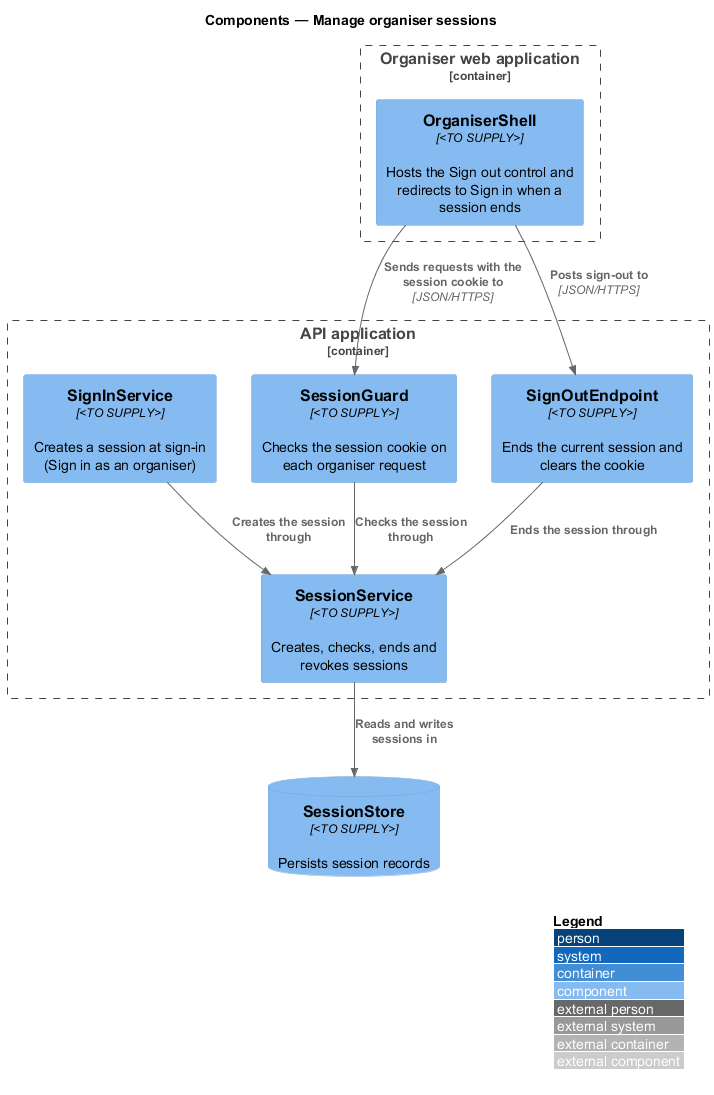
This is docs/detailed-designs/accounts/manage-session/diagrams/c4-component.png from QuinntyneBrown/rsvp-cms, a PlantUML export, as it was before one commit.
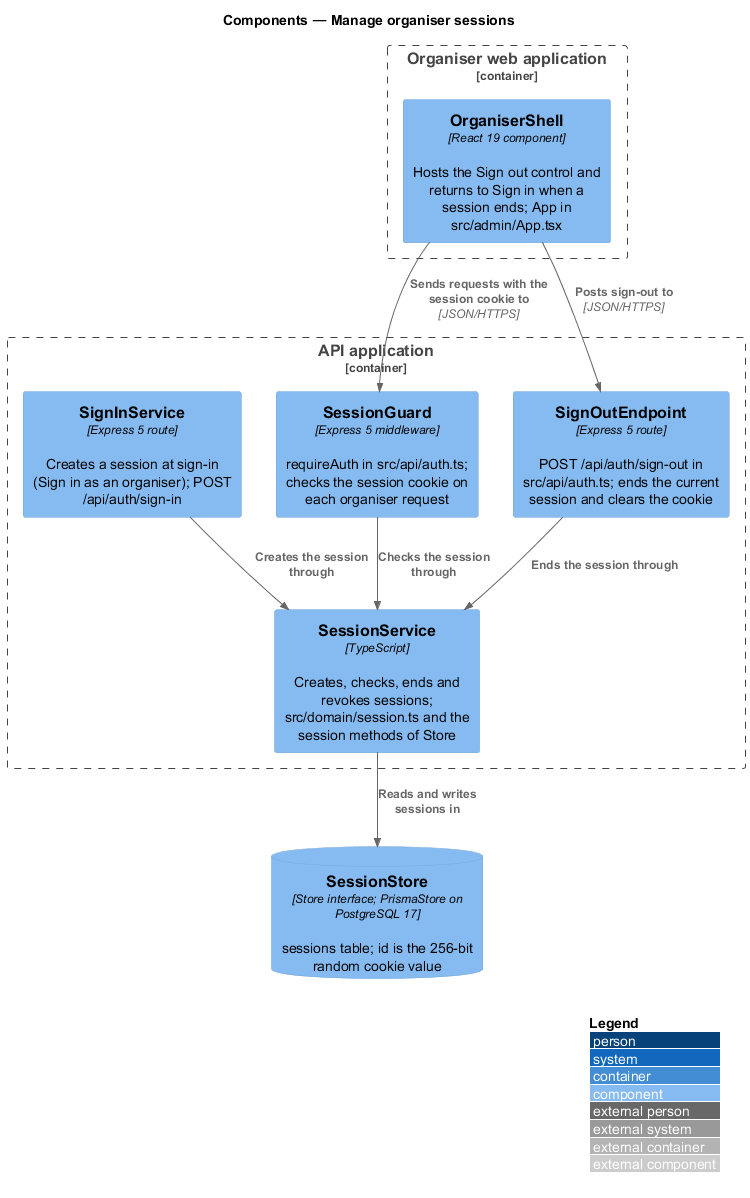
After the change.

What changed in the source:
```diff
@@ -4,15 +4,15 @@
 title Components — Manage organiser sessions
 
 Container_Boundary(admin, "Organiser web application") {
-  Component(shell, "OrganiserShell", "<TO SUPPLY>", "Hosts the Sign out control and redirects to Sign in when a session ends")
+  Component(shell, "OrganiserShell", "React 19 component", "Hosts the Sign out control and returns to Sign in when a session ends; App in src/admin/App.tsx")
 }
 Container_Boundary(api, "API application") {
-  Component(guard, "SessionGuard", "<TO SUPPLY>", "Checks the session cookie on each organiser request")
-  Component(signOut, "SignOutEndpoint", "<TO SUPPLY>", "Ends the current session and clears the cookie")
-  Component(signIn, "SignInService", "<TO SUPPLY>", "Creates a session at sign-in (Sign in as an organiser)")
-  Component(sessions, "SessionService", "<TO SUPPLY>", "Creates, checks, ends and revokes sessions")
+  Component(guard, "SessionGuard", "Express 5 middleware", "requireAuth in src/api/auth.ts; checks the session cookie on each organiser request")
+  Component(signOut, "SignOutEndpoint", "Express 5 route", "POST /api/auth/sign-out in src/api/auth.ts; ends the current session and clears the cookie")
+  Component(signIn, "SignInService", "Express 5 route", "Creates a session at sign-in (Sign in as an organiser); POST /api/auth/sign-in")
+  Component(sessions, "SessionService", "TypeScript", "Creates, checks, ends and revokes sessions; src/domain/session.ts and the session methods of Store")
 }
-ComponentDb(store, "SessionStore", "<TO SUPPLY>", "Persists session records")
+ComponentDb(store, "SessionStore", "Store interface; PrismaStore on PostgreSQL 17", "sessions table; id is the 256-bit random cookie value")
 
 Rel(shell, guard, "Sends requests with the session cookie to", "JSON/HTTPS")
 Rel(shell, signOut, "Posts sign-out to", "JSON/HTTPS")
```
